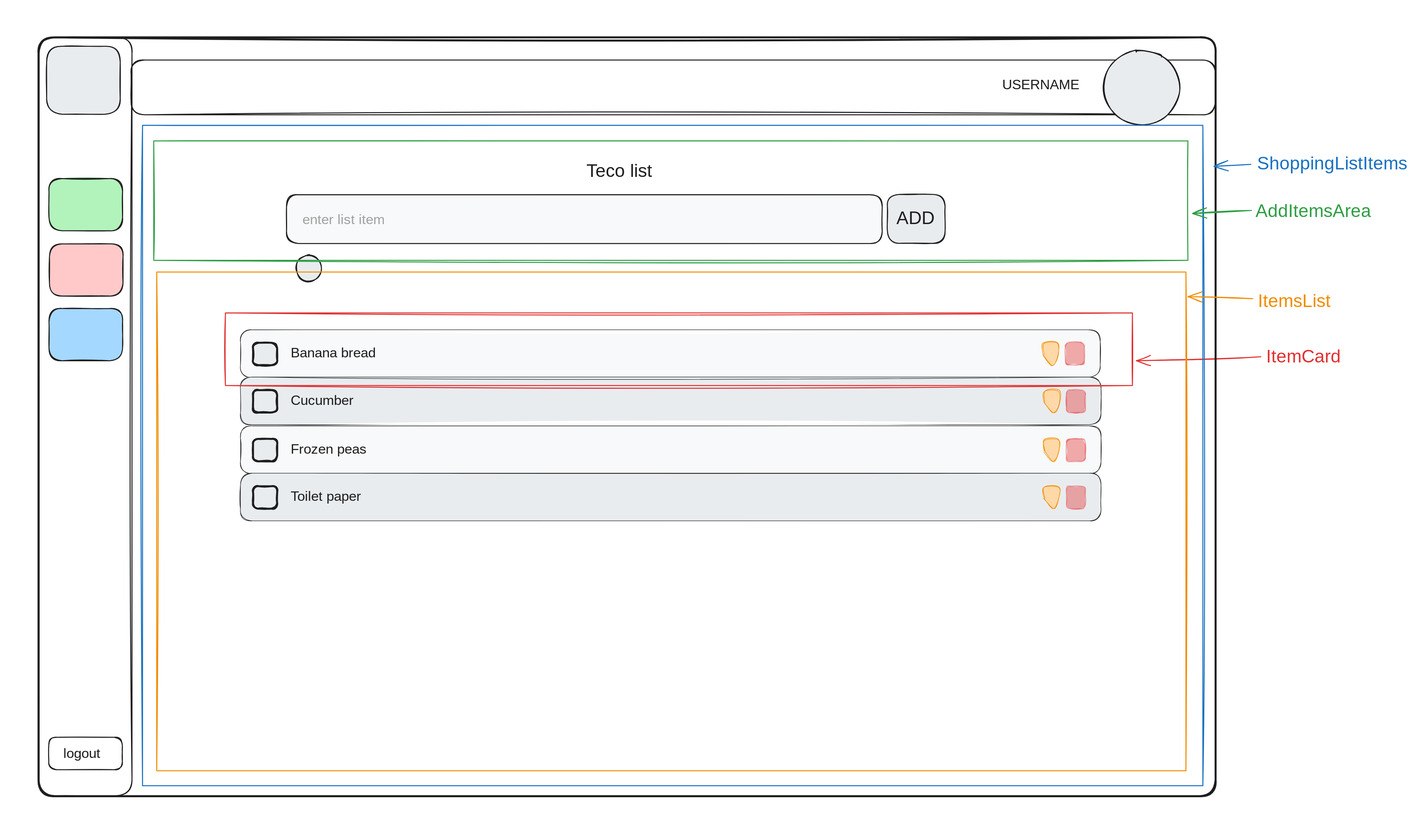
The Excalidraw diagram docs/wireframes/shopping_list/shopping_list_items-components.excalidraw.svg in AliMcG/our-house-app, before a commit. Source tidied: one line per element, renumbered; positions are measured from the earlier drawing's top-left corner, leaving out a move shared by most shapes.
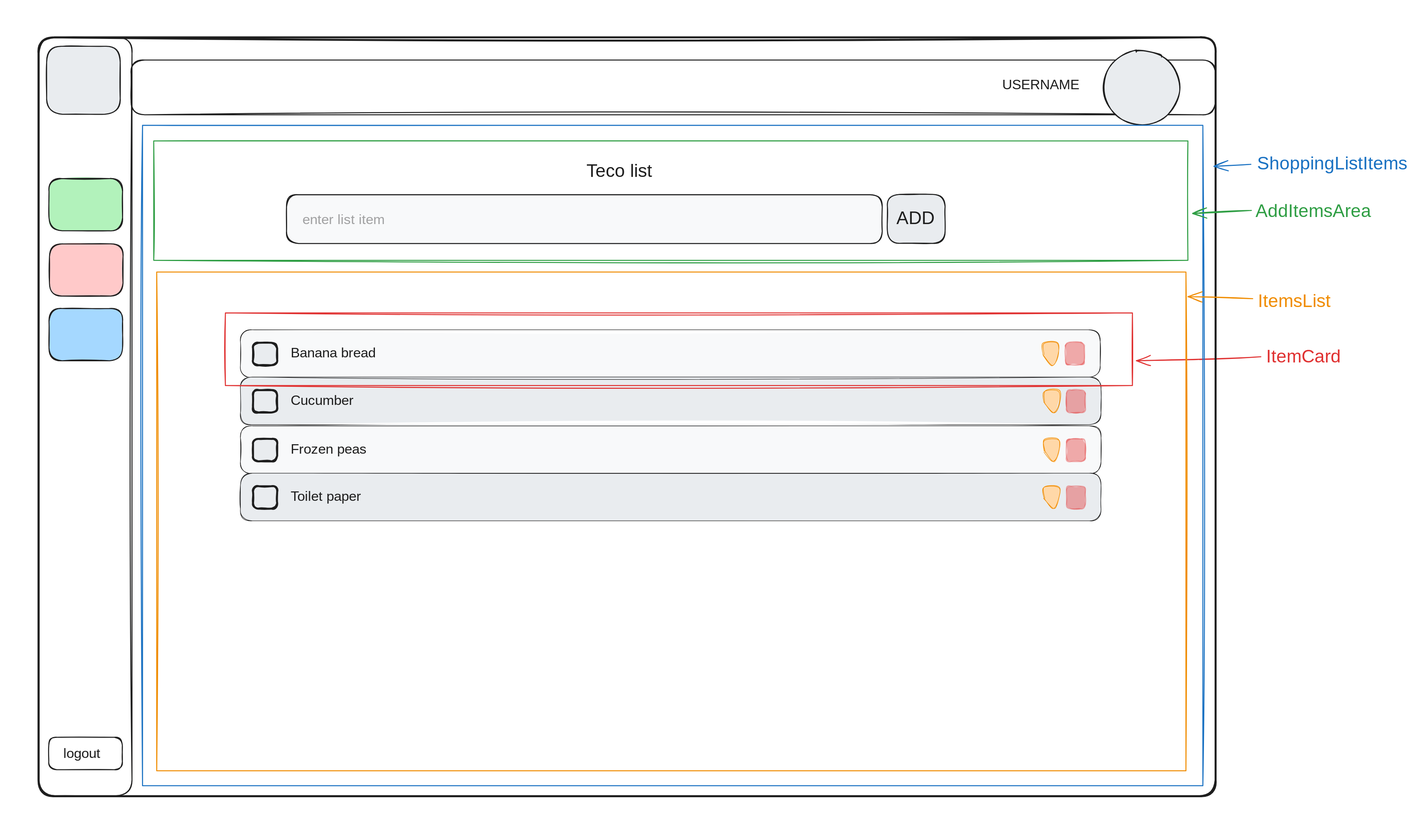
The same file after the commit.

Commit message:
update shopping list wireframes to better show usage of app and outcome

What changed in the source:
```diff
@@ -19,7 +19,6 @@
 {"id": 18, "type": "rectangle", "strokeColor": "#1e1e1e", "backgroundColor": "#e9ecef", "fillStyle": "solid", "strokeWidth": 2, "roughness": 1, "round": true, "x": 1773, "y": 381, "width": 116, "height": 98}
 {"id": 19, "type": "text", "text": "ADD", "strokeColor": "#1e1e1e", "strokeWidth": 2, "roughness": 1, "fontSize": 36, "fontFamily": 1, "x": 1790, "y": 408, "width": 80, "height": 45}
 {"id": 20, "type": "text", "text": "Teco list", "strokeColor": "#1e1e1e", "strokeWidth": 2, "roughness": 1, "fontSize": 36, "fontFamily": 1, "x": 1168, "y": 313, "width": 162, "height": 45}
-{"id": 21, "type": "ellipse", "strokeColor": "#1e1e1e", "backgroundColor": "#e9ecef", "fillStyle": "solid", "strokeWidth": 2, "roughness": 1, "round": true, "x": 585, "y": 503, "width": 51, "height": 53}
 {"id": 22, "type": "rectangle", "strokeColor": "#1e1e1e", "backgroundColor": "#f8f9fa", "fillStyle": "solid", "strokeWidth": 1, "roughness": 1, "round": true, "x": 473, "y": 653, "width": 1727, "height": 96}
 {"id": 23, "type": "text", "text": "Banana bread", "strokeColor": "#1e1e1e", "strokeWidth": 2, "roughness": 1, "fontSize": 28, "fontFamily": 1, "x": 574, "y": 683, "width": 193, "height": 35}
 {"id": 24, "type": "rectangle", "strokeColor": "#1e1e1e", "backgroundColor": "#e9ecef", "fillStyle": "solid", "strokeWidth": 4, "roughness": 1, "round": true, "x": 498, "y": 679, "width": 49, "height": 45}
```
